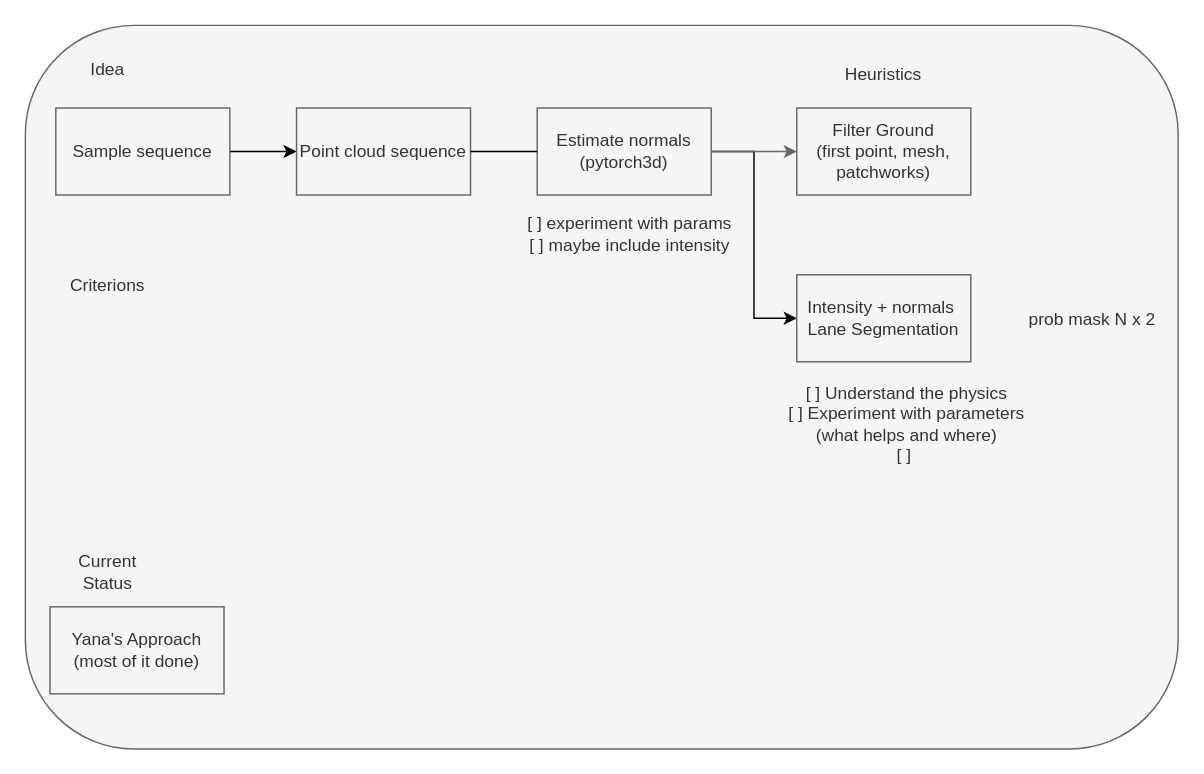
ctu-vras/Lane-extraction keeps this draw.io diagram as schemes/segmentation.drawio. Above is the earlier version. Source tidied: cells renumbered, new cells numbered last; positions are measured from the earlier drawing's top-left corner, leaving out a move shared by most shapes. Both pictures are drawn from the tidied source at 145%, with x=0, y=0 at pixel (25, 25).
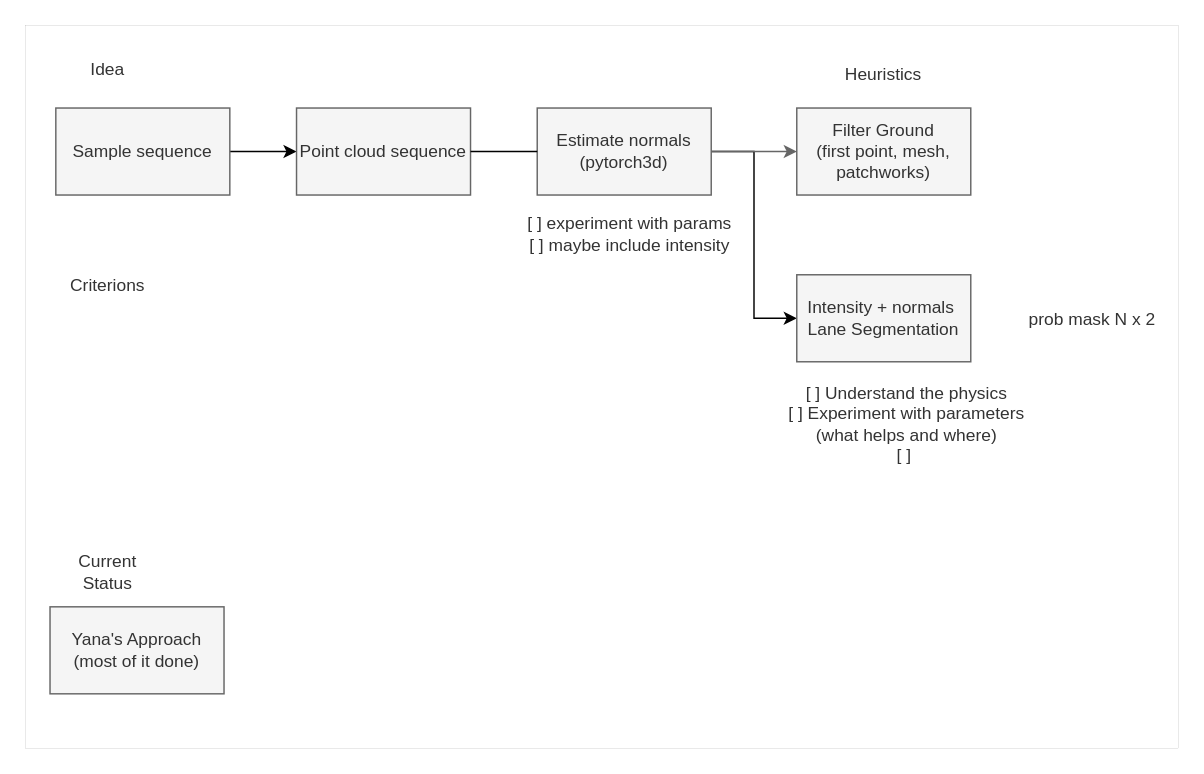
After the change.

Change to the diagram source:
```diff
@@
 <mxGraphModel background="#ffffff">
   <root>
     <mxCell id="0" />
     <mxCell id="1" parent="0" />
-    <mxCell id="2" style="rounded=1;whiteSpace=wrap;html=1;fillColor=#f5f5f5;fontColor=#333333;strokeColor=#666666;" parent="1" vertex="1">
+    <mxCell id="2" style="rounded=0;whiteSpace=wrap;html=1;fillColor=#FFFFFF;fontColor=#333333;strokeColor=#666666;strokeWidth=0;" parent="1" vertex="1">
       <mxGeometry width="795" height="499" as="geometry" />
     </mxCell>
     <mxCell id="3" style="edgeStyle=orthogonalEdgeStyle;rounded=0;jettySize=auto;html=1;entryX=0;entryY=0.5;entryDx=0;entryDy=0;strokeColor=#000000;" parent="1" edge="1" source="4" target="5">
       <mxGeometry relative="1" as="geometry" />
     </mxCell>
     <mxCell id="4" value="Sample sequence" style="rounded=0;whiteSpace=wrap;html=1;fillColor=#f5f5f5;fontColor=#333333;strokeColor=#666666;" parent="1" vertex="1">
       <mxGeometry x="21" y="57" width="120" height="60" as="geometry" />
     </mxCell>
     <mxCell id="5" value="Point cloud sequence" style="rounded=0;whiteSpace=wrap;html=1;fillColor=#f5f5f5;fontColor=#333333;strokeColor=#666666;" parent="1" vertex="1">
       <mxGeometry x="187" y="57" width="120" height="60" as="geometry" />
     </mxCell>
     <mxCell id="6" value="Filter Ground&lt;br&gt;(first point, mesh, patchworks)" style="rounded=0;whiteSpace=wrap;html=1;fillColor=#f5f5f5;fontColor=#333333;strokeColor=#666666;" parent="1" vertex="1">
       <mxGeometry x="532" y="57" width="120" height="60" as="geometry" />
     </mxCell>
     <mxCell id="7" style="edgeStyle=orthogonalEdgeStyle;rounded=0;jettySize=auto;html=1;strokeColor=#000000;entryX=0;entryY=0.5;entryDx=0;entryDy=0;" parent="1" edge="1" source="15" target="10">
       <mxGeometry relative="1" as="geometry" />
     </mxCell>
     <mxCell id="8" value="Current Status" style="text;html=1;strokeColor=none;fillColor=none;align=center;verticalAlign=middle;whiteSpace=wrap;rounded=0;fontFamily=Helvetica;fontSize=12;fontColor=#333333;" parent="1" vertex="1">
       <mxGeometry x="27" y="362" width="60" height="30" as="geometry" />
     </mxCell>
     <mxCell id="9" value="Idea" style="text;html=1;strokeColor=none;fillColor=none;align=center;verticalAlign=middle;whiteSpace=wrap;rounded=0;fontFamily=Helvetica;fontSize=12;fontColor=#333333;" parent="1" vertex="1">
       <mxGeometry x="27" y="16" width="60" height="30" as="geometry" />
     </mxCell>
     <mxCell id="10" value="Intensity + normals&amp;nbsp;&lt;br&gt;Lane Segmentation" style="rounded=0;whiteSpace=wrap;html=1;fillColor=#f5f5f5;fontColor=#333333;strokeColor=#666666;" parent="1" vertex="1">
       <mxGeometry x="532" y="172" width="120" height="60" as="geometry" />
     </mxCell>
     <mxCell id="11" value="Yana's Approach&lt;br&gt;(most of it done)" style="rounded=0;whiteSpace=wrap;html=1;fillColor=#f5f5f5;fontColor=#333333;strokeColor=#666666;" parent="1" vertex="1">
       <mxGeometry x="17" y="401" width="120" height="60" as="geometry" />
     </mxCell>
     <mxCell id="12" value="[ ] Understand the physics&lt;br&gt;[ ] Experiment with parameters (what helps and where)&lt;br&gt;[ ]&amp;nbsp;" style="text;html=1;strokeColor=none;fillColor=none;align=center;verticalAlign=middle;whiteSpace=wrap;rounded=0;fontFamily=Helvetica;fontSize=12;fontColor=#333333;" parent="1" vertex="1">
       <mxGeometry x="515" y="244" width="186" height="61" as="geometry" />
     </mxCell>
     <mxCell id="13" value="prob mask N x 2" style="text;html=1;strokeColor=none;fillColor=none;align=center;verticalAlign=middle;whiteSpace=wrap;rounded=0;fontFamily=Helvetica;fontSize=12;fontColor=#333333;" parent="1" vertex="1">
       <mxGeometry x="680" y="174" width="112" height="58" as="geometry" />
     </mxCell>
     <mxCell id="14" style="edgeStyle=orthogonalEdgeStyle;rounded=0;jettySize=auto;html=1;entryX=0;entryY=0.5;entryDx=0;entryDy=0;fontFamily=Helvetica;fontSize=12;fontColor=#333333;fillColor=#f5f5f5;strokeColor=#666666;" parent="1" edge="1" source="15" target="6">
       <mxGeometry relative="1" as="geometry" />
     </mxCell>
     <mxCell id="15" value="Estimate normals&lt;br&gt;(pytorch3d)" style="rounded=0;whiteSpace=wrap;html=1;fillColor=#f5f5f5;fontColor=#333333;strokeColor=#666666;" parent="1" vertex="1">
       <mxGeometry x="353" y="57" width="120" height="60" as="geometry" />
     </mxCell>
     <mxCell id="16" style="edgeStyle=orthogonalEdgeStyle;rounded=0;jettySize=auto;html=1;entryX=0;entryY=0.5;entryDx=0;entryDy=0;strokeColor=#000000;endArrow=none;" parent="1" edge="1" source="5" target="15">
       <mxGeometry relative="1" as="geometry" />
     </mxCell>
     <mxCell id="17" value="[ ] experiment with params&lt;br&gt;[ ] maybe include intensity" style="text;html=1;strokeColor=none;fillColor=none;align=center;verticalAlign=middle;whiteSpace=wrap;rounded=0;fontFamily=Helvetica;fontSize=12;fontColor=#333333;" parent="1" vertex="1">
       <mxGeometry x="341" y="113" width="152" height="61" as="geometry" />
     </mxCell>
     <mxCell id="18" value="Heuristics" style="text;html=1;strokeColor=none;fillColor=none;align=center;verticalAlign=middle;whiteSpace=wrap;rounded=0;fontFamily=Helvetica;fontSize=12;fontColor=#333333;" parent="1" vertex="1">
       <mxGeometry x="542" y="19" width="100" height="30" as="geometry" />
     </mxCell>
     <mxCell id="19" value="Criterions" style="text;html=1;strokeColor=none;fillColor=none;align=center;verticalAlign=middle;whiteSpace=wrap;rounded=0;fontFamily=Helvetica;fontSize=12;fontColor=#333333;" parent="1" vertex="1">
       <mxGeometry x="27" y="165" width="60" height="30" as="geometry" />
     </mxCell>
   </root>
 </mxGraphModel>
```
